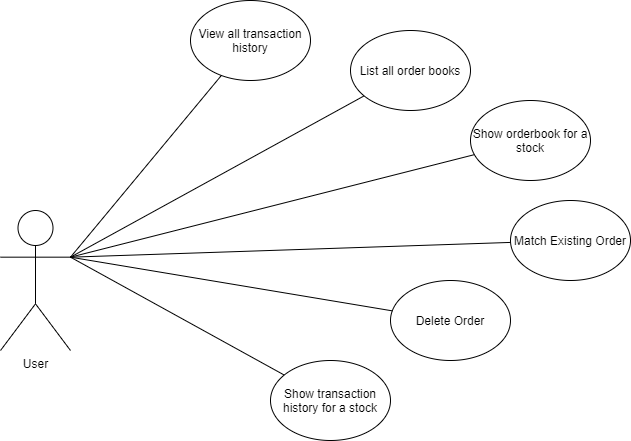
Before: Diagrams/User_Use_View_Diagram_Orderbook.png, a diagram exported from draw.io (RLaraIII/Simple_Orderbook_Application). Source tidied: cells renumbered, new cells last; positions are measured from the earlier drawing's top-left corner, leaving out a move shared by most shapes.
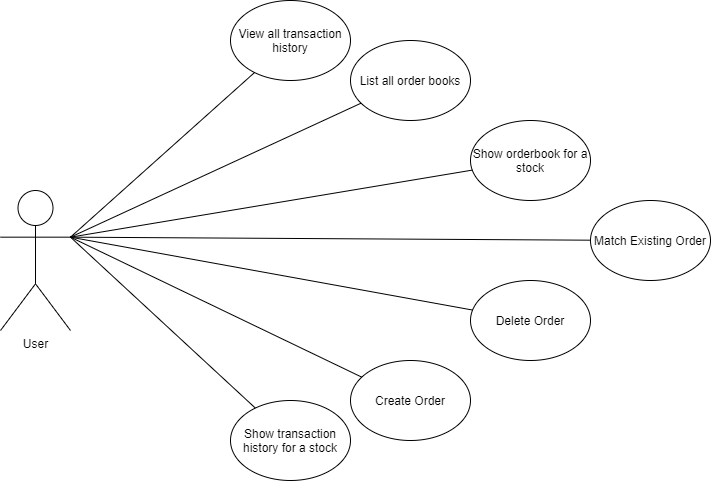
The same file after the commit.

Commit message:
Edit of user use view diagram

The edit, as a diff of the source:
```diff
@@ -6,25 +6,25 @@
       <mxGeometry y="210" width="70" height="140" as="geometry" />
     </mxCell>
     <mxCell id="3" value="Match Existing Order" style="ellipse;whiteSpace=wrap;html=1;" parent="1" vertex="1">
-      <mxGeometry x="510" y="200" width="120" height="80" as="geometry" />
+      <mxGeometry x="590" y="220" width="120" height="80" as="geometry" />
     </mxCell>
     <mxCell id="4" value="Delete Order" style="ellipse;whiteSpace=wrap;html=1;" parent="1" vertex="1">
-      <mxGeometry x="390" y="280" width="120" height="80" as="geometry" />
+      <mxGeometry x="470" y="300" width="120" height="80" as="geometry" />
     </mxCell>
     <mxCell id="5" value="List all order books" style="ellipse;whiteSpace=wrap;html=1;" parent="1" vertex="1">
-      <mxGeometry x="350" y="30" width="120" height="80" as="geometry" />
+      <mxGeometry x="350" y="60" width="120" height="80" as="geometry" />
     </mxCell>
     <mxCell id="6" value="Show orderbook for a stock" style="ellipse;whiteSpace=wrap;html=1;" parent="1" vertex="1">
-      <mxGeometry x="470" y="100" width="120" height="80" as="geometry" />
+      <mxGeometry x="470" y="140" width="120" height="80" as="geometry" />
     </mxCell>
     <mxCell id="7" value="Show transaction history for a stock" style="ellipse;whiteSpace=wrap;html=1;" parent="1" vertex="1">
-      <mxGeometry x="270" y="360" width="120" height="80" as="geometry" />
+      <mxGeometry x="230" y="420" width="120" height="80" as="geometry" />
     </mxCell>
     <mxCell id="8" style="endArrow=none;html=1;entryX=1;entryY=0.3333333333333333;entryDx=0;entryDy=0;entryPerimeter=0;" parent="1" edge="1" source="5" target="2">
       <mxGeometry relative="1" as="geometry" />
     </mxCell>
     <mxCell id="9" value="View all transaction history" style="ellipse;whiteSpace=wrap;html=1;" parent="1" vertex="1">
-      <mxGeometry x="190" width="120" height="80" as="geometry" />
+      <mxGeometry x="230" y="20" width="120" height="80" as="geometry" />
     </mxCell>
     <mxCell id="10" style="endArrow=none;html=1;exitX=1;exitY=0.3333333333333333;exitDx=0;exitDy=0;exitPerimeter=0;" parent="1" edge="1" source="2" target="9">
       <mxGeometry relative="1" as="geometry" />
@@ -41,5 +41,11 @@
     <mxCell id="14" style="endArrow=none;html=1;exitX=1;exitY=0.3333333333333333;exitDx=0;exitDy=0;exitPerimeter=0;" parent="1" edge="1" source="2" target="6">
       <mxGeometry relative="1" as="geometry" />
     </mxCell>
+    <mxCell id="15" value="Create Order" style="ellipse;whiteSpace=wrap;html=1;" parent="1" vertex="1">
+      <mxGeometry x="350" y="380" width="120" height="80" as="geometry" />
+    </mxCell>
+    <mxCell id="16" style="endArrow=none;html=1;entryX=1;entryY=0.3333333333333333;entryDx=0;entryDy=0;entryPerimeter=0;" parent="1" edge="1" source="15" target="2">
+      <mxGeometry relative="1" as="geometry" />
+    </mxCell>
   </root>
 </mxGraphModel>
```
